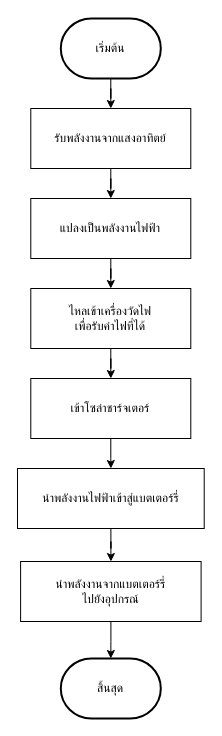
Before: page "solar-mppt" (2 of 7) of function.drawio in toonshouin/psc-flowchart-workshop, a draw.io diagram. Source tidied: cells renumbered, new cells numbered last; positions are measured from the earlier drawing's top-left corner, leaving out a move shared by most shapes. Both pictures are drawn from the tidied source at 100%, with x=0, y=0 at pixel (17, 18).
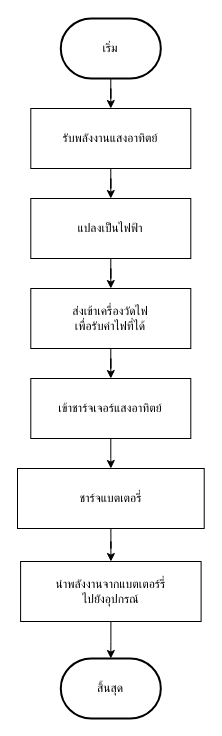
Above is the later version.

Diff of the diagram source:
```diff
@@
 <mxGraphModel>
   <root>
     <mxCell id="0" />
     <mxCell id="1" parent="0" />
     <mxCell id="2" style="edgeStyle=orthogonalEdgeStyle;rounded=0;jettySize=auto;html=1;" parent="1" edge="1" source="3" target="7">
       <mxGeometry relative="1" as="geometry" />
     </mxCell>
-    <mxCell id="3" value="รับพลังงานจากแสงอาทิตย์" style="whiteSpace=wrap;html=1;" parent="1" vertex="1">
+    <mxCell id="3" value="รับพลังงานแสงอาทิตย์" style="whiteSpace=wrap;html=1;" parent="1" vertex="1">
       <mxGeometry x="13.3" y="90" width="160" height="60" as="geometry" />
     </mxCell>
     <mxCell id="4" style="edgeStyle=orthogonalEdgeStyle;rounded=0;jettySize=auto;html=1;" parent="1" edge="1" source="5" target="11">
       <mxGeometry relative="1" as="geometry" />
     </mxCell>
-    <mxCell id="5" value="เข้าโซล่าชาร์จเตอร์" style="whiteSpace=wrap;html=1;" parent="1" vertex="1">
+    <mxCell id="5" value="เข้าชาร์จเจอร์แสงอาทิตย์" style="whiteSpace=wrap;html=1;" parent="1" vertex="1">
       <mxGeometry x="13.3" y="360" width="160" height="60" as="geometry" />
     </mxCell>
     <mxCell id="6" style="edgeStyle=orthogonalEdgeStyle;rounded=0;jettySize=auto;html=1;" parent="1" edge="1" source="7" target="16">
       <mxGeometry relative="1" as="geometry" />
     </mxCell>
-    <mxCell id="7" value="แปลงเป็นพลังงานไฟฟ้า" style="whiteSpace=wrap;html=1;" parent="1" vertex="1">
+    <mxCell id="7" value="แปลงเป็นไฟฟ้า" style="whiteSpace=wrap;html=1;" parent="1" vertex="1">
       <mxGeometry x="13.3" y="180" width="160" height="60" as="geometry" />
     </mxCell>
     <mxCell id="8" style="edgeStyle=orthogonalEdgeStyle;rounded=0;jettySize=auto;html=1;" parent="1" edge="1" source="9" target="14">
       <mxGeometry relative="1" as="geometry" />
     </mxCell>
     <mxCell id="9" value="นำพลังงานจากแบตเตอร์รี่&lt;div&gt;ไปยังอุปกรณ์&lt;/div&gt;" style="whiteSpace=wrap;html=1;" parent="1" vertex="1">
       <mxGeometry x="3.1" y="543" width="180.5" height="60" as="geometry" />
     </mxCell>
     <mxCell id="10" style="edgeStyle=orthogonalEdgeStyle;rounded=0;jettySize=auto;html=1;" parent="1" edge="1" source="11" target="9">
       <mxGeometry relative="1" as="geometry" />
     </mxCell>
-    <mxCell id="11" value="นำพลังงานไฟฟ้าเข้าสู่แบตเตอร์รี่" style="whiteSpace=wrap;html=1;" parent="1" vertex="1">
+    <mxCell id="11" value="ชาร์จแบตเตอรี่" style="whiteSpace=wrap;html=1;" parent="1" vertex="1">
       <mxGeometry y="450" width="186.7" height="60" as="geometry" />
     </mxCell>
     <mxCell id="12" style="edgeStyle=orthogonalEdgeStyle;rounded=0;jettySize=auto;html=1;" parent="1" edge="1" source="13" target="3">
       <mxGeometry relative="1" as="geometry" />
     </mxCell>
-    <mxCell id="13" value="เริ่มต้น" style="strokeWidth=2;html=1;shape=mxgraph.flowchart.terminator;whiteSpace=wrap;" parent="1" vertex="1">
+    <mxCell id="13" value="เริ่ม" style="strokeWidth=2;html=1;shape=mxgraph.flowchart.terminator;whiteSpace=wrap;" parent="1" vertex="1">
       <mxGeometry x="43.3" width="100" height="60" as="geometry" />
     </mxCell>
     <mxCell id="14" value="สิ้นสุด" style="strokeWidth=2;html=1;shape=mxgraph.flowchart.terminator;whiteSpace=wrap;" parent="1" vertex="1">
       <mxGeometry x="43.3" y="640" width="100" height="60" as="geometry" />
     </mxCell>
     <mxCell id="15" style="edgeStyle=orthogonalEdgeStyle;rounded=0;jettySize=auto;html=1;" parent="1" edge="1" source="16" target="5">
       <mxGeometry relative="1" as="geometry" />
     </mxCell>
-    <mxCell id="16" value="ไหลเข้าเครื่องวัดไฟ&lt;div&gt;เพื่อรับค่าไฟที่ได้&lt;/div&gt;" style="whiteSpace=wrap;html=1;" parent="1" vertex="1">
+    <mxCell id="16" value="ส่งเข้าเครื่องวัดไฟ&lt;div&gt;เพื่อรับค่าไฟที่ได้&lt;/div&gt;" style="whiteSpace=wrap;html=1;" parent="1" vertex="1">
       <mxGeometry x="13.3" y="270" width="160" height="60" as="geometry" />
     </mxCell>
   </root>
 </mxGraphModel>
```
